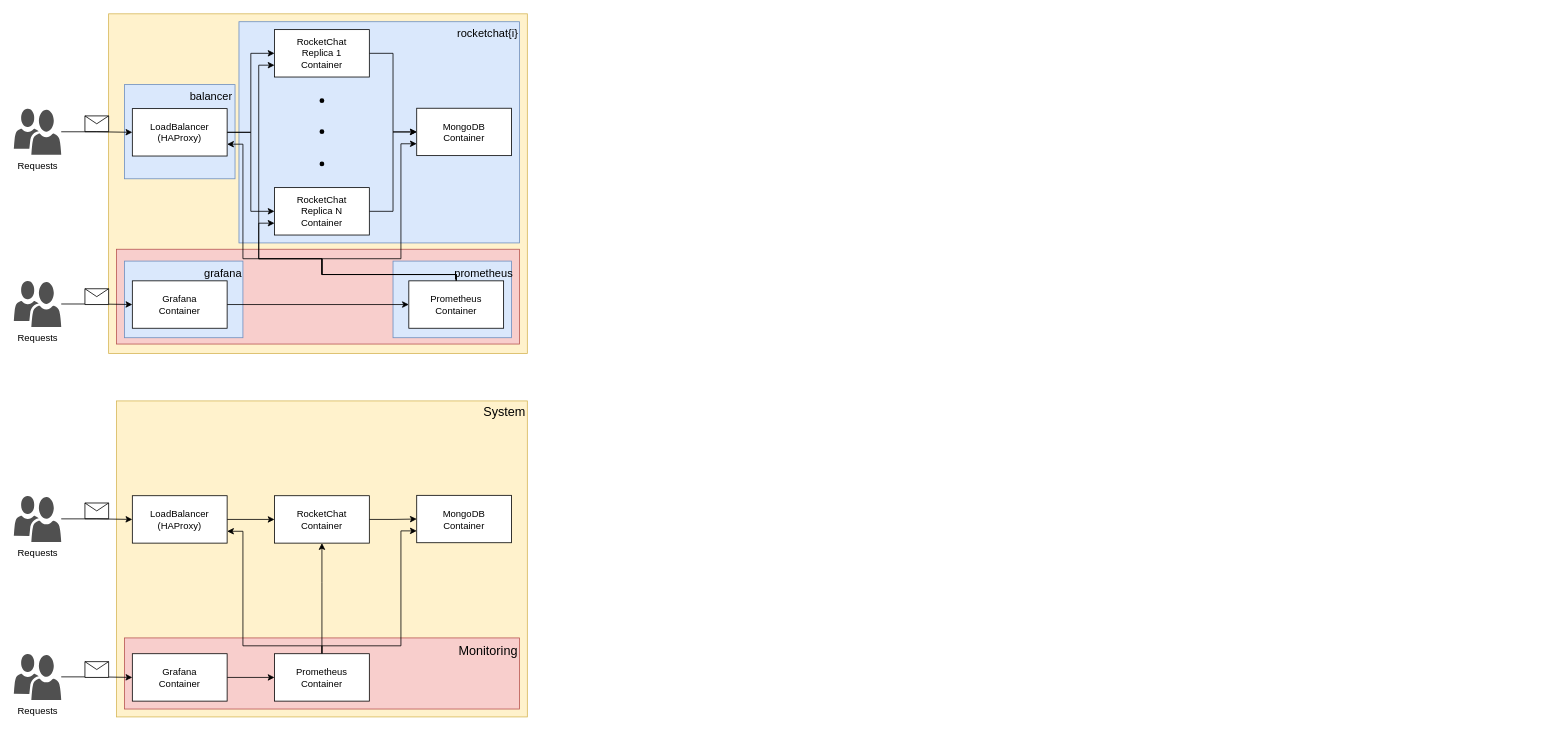
Earlier version of the draw.io diagram docs/image-builder.drawio (BFreitas16/WebApp-cloud). Source tidied: cells renumbered, new cells numbered last; positions are measured from the earlier drawing's top-left corner, leaving out a move shared by most shapes. Both pictures are drawn from the tidied source at 79%, with x=0, y=0 at pixel (13, 13). Pictures stored in the file or linked from it are replaced by grey dashed boxes.
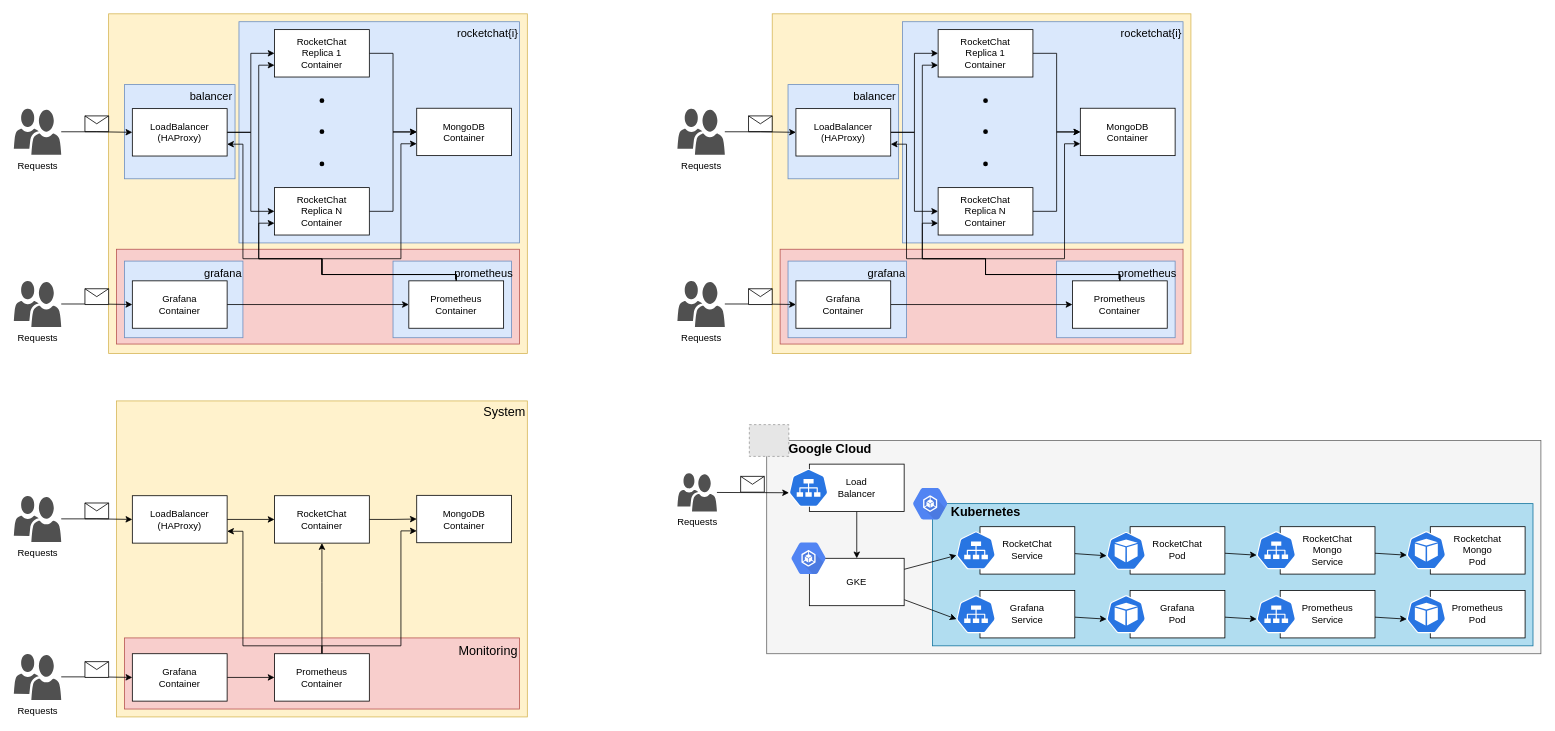
The same diagram, later.

Diff of the diagram source:
```diff
@@
+    <mxCell id="55" style="rounded=0;whiteSpace=wrap;html=1;fontSize=16;fillColor=#f5f5f5;strokeColor=#666666;fontColor=#333333;" parent="1" vertex="1">
+      <mxGeometry x="953" y="540" width="980" height="270" as="geometry" />
+    </mxCell>
+    <mxCell id="56" style="rounded=0;whiteSpace=wrap;html=1;fillColor=#b1ddf0;strokeColor=#10739e;" parent="1" vertex="1">
+      <mxGeometry x="1163" y="620" width="760" height="180" as="geometry" />
+    </mxCell>
@@
+    <mxCell id="57" value="&lt;div&gt;&lt;br&gt;&lt;/div&gt;" style="rounded=0;whiteSpace=wrap;html=1;fillColor=#fff2cc;strokeColor=#d6b656;align=left;" parent="1" vertex="1">
+      <mxGeometry x="960" width="530" height="430" as="geometry" />
+    </mxCell>
+    <mxCell id="58" style="rounded=0;whiteSpace=wrap;html=1;fillColor=#dae8fc;strokeColor=#6c8ebf;" parent="1" vertex="1">
+      <mxGeometry x="980" y="89.6" width="140" height="119.2" as="geometry" />
+    </mxCell>
+    <mxCell id="59" value="&lt;div align=&quot;right&quot;&gt;&lt;br&gt;&lt;/div&gt;" style="rounded=0;whiteSpace=wrap;html=1;fillColor=#f8cecc;strokeColor=#b85450;align=right;" parent="1" vertex="1">
+      <mxGeometry x="970" y="298" width="510" height="120" as="geometry" />
+    </mxCell>
+    <mxCell id="60" style="rounded=0;whiteSpace=wrap;html=1;fillColor=#dae8fc;strokeColor=#6c8ebf;" parent="1" vertex="1">
+      <mxGeometry x="980" y="313" width="150" height="97" as="geometry" />
+    </mxCell>
+    <mxCell id="61" style="rounded=0;whiteSpace=wrap;html=1;fillColor=#dae8fc;strokeColor=#6c8ebf;" parent="1" vertex="1">
+      <mxGeometry x="1320" y="313" width="150" height="97" as="geometry" />
+    </mxCell>
+    <mxCell id="62" value="&lt;div style=&quot;text-align: right&quot;&gt;&lt;br&gt;&lt;/div&gt;&lt;div style=&quot;text-align: justify&quot;&gt;&lt;/div&gt;" style="rounded=0;whiteSpace=wrap;html=1;fillColor=#dae8fc;strokeColor=#6c8ebf;" parent="1" vertex="1">
+      <mxGeometry x="1125" y="10" width="355" height="280" as="geometry" />
+    </mxCell>
+    <mxCell id="63" style="edgeStyle=orthogonalEdgeStyle;rounded=0;jettySize=auto;html=1;entryX=0;entryY=0.5;entryDx=0;entryDy=0;" parent="1" edge="1" source="65" target="67">
+      <mxGeometry relative="1" as="geometry" />
+    </mxCell>
+    <mxCell id="64" style="edgeStyle=orthogonalEdgeStyle;rounded=0;jettySize=auto;html=1;entryX=0;entryY=0.5;entryDx=0;entryDy=0;" parent="1" edge="1" source="65" target="69">
+      <mxGeometry relative="1" as="geometry" />
+    </mxCell>
+    <mxCell id="65" value="&lt;div&gt;LoadBalancer&lt;/div&gt;&lt;div&gt;(HAProxy)&lt;/div&gt;" style="rounded=0;whiteSpace=wrap;html=1;" parent="1" vertex="1">
+      <mxGeometry x="990" y="120" width="120" height="60" as="geometry" />
+    </mxCell>
+    <mxCell id="66" style="edgeStyle=orthogonalEdgeStyle;rounded=0;jettySize=auto;html=1;entryX=0;entryY=0.5;entryDx=0;entryDy=0;" parent="1" edge="1" source="67" target="76">
+      <mxGeometry relative="1" as="geometry" />
+    </mxCell>
+    <mxCell id="67" value="&lt;div&gt;RocketChat&lt;/div&gt;&lt;div&gt;Replica 1&lt;br&gt;&lt;/div&gt;&lt;div&gt;Container&lt;br&gt;&lt;/div&gt;" style="rounded=0;whiteSpace=wrap;html=1;" parent="1" vertex="1">
+      <mxGeometry x="1170" y="20" width="120" height="60" as="geometry" />
+    </mxCell>
+    <mxCell id="68" style="edgeStyle=orthogonalEdgeStyle;rounded=0;jettySize=auto;html=1;entryX=0;entryY=0.5;entryDx=0;entryDy=0;" parent="1" edge="1" source="69" target="76">
+      <mxGeometry relative="1" as="geometry" />
+    </mxCell>
+    <mxCell id="69" value="&lt;div&gt;RocketChat&lt;/div&gt;&lt;div&gt;Replica N&lt;br&gt;&lt;/div&gt;&lt;div&gt;Container&lt;br&gt;&lt;/div&gt;" style="rounded=0;whiteSpace=wrap;html=1;" parent="1" vertex="1">
+      <mxGeometry x="1170" y="220" width="120" height="60" as="geometry" />
+    </mxCell>
+    <mxCell id="70" style="shape=message;html=1;whiteSpace=wrap;html=1;" parent="1" vertex="1">
+      <mxGeometry x="930" y="129.2" width="30" height="20" as="geometry" />
+    </mxCell>
+    <mxCell id="71" style="edgeStyle=orthogonalEdgeStyle;rounded=0;jettySize=auto;html=1;" parent="1" edge="1" source="72" target="65">
+      <mxGeometry relative="1" as="geometry" />
+    </mxCell>
+    <mxCell id="72" value="Requests" style="sketch=0;shadow=0;dashed=0;html=1;strokeColor=none;labelPosition=center;verticalLabelPosition=bottom;verticalAlign=top;align=center;fillColor=#505050;shape=mxgraph.mscae.intune.user_group;" parent="1" vertex="1">
+      <mxGeometry x="840" y="120" width="60" height="58.5" as="geometry" />
+    </mxCell>
+    <mxCell id="73" style="shape=waypoint;sketch=0;size=6;fillColor=none;perimeter=centerPerimeter;" parent="1" vertex="1">
+      <mxGeometry x="1210" y="90" width="40" height="40" as="geometry" />
+    </mxCell>
+    <mxCell id="74" style="shape=waypoint;sketch=0;size=6;fillColor=none;perimeter=centerPerimeter;" parent="1" vertex="1">
+      <mxGeometry x="1210" y="129.2" width="40" height="40" as="geometry" />
+    </mxCell>
+    <mxCell id="75" style="shape=waypoint;sketch=0;size=6;fillColor=none;perimeter=centerPerimeter;" parent="1" vertex="1">
+      <mxGeometry x="1210" y="170" width="40" height="40" as="geometry" />
+    </mxCell>
+    <mxCell id="76" value="&lt;div&gt;MongoDB&lt;/div&gt;&lt;div&gt;Container&lt;br&gt;&lt;/div&gt;" style="rounded=0;whiteSpace=wrap;html=1;" parent="1" vertex="1">
+      <mxGeometry x="1350" y="119.5" width="120" height="60" as="geometry" />
+    </mxCell>
+    <mxCell id="77" style="edgeStyle=orthogonalEdgeStyle;rounded=0;jettySize=auto;html=1;entryX=0;entryY=0.75;entryDx=0;entryDy=0;exitX=0.5;exitY=0;exitDx=0;exitDy=0;" parent="1" edge="1" source="86" target="67">
+      <mxGeometry relative="1" as="geometry">
+        <Array as="points">
+          <mxPoint x="1400" y="330" />
+          <mxPoint x="1230" y="330" />
+          <mxPoint x="1230" y="310" />
+          <mxPoint x="1150" y="310" />
+          <mxPoint x="1150" y="65" />
+        </Array>
+      </mxGeometry>
+    </mxCell>
+    <mxCell id="78" style="edgeStyle=orthogonalEdgeStyle;rounded=0;jettySize=auto;html=1;entryX=0;entryY=0.75;entryDx=0;entryDy=0;exitX=0.5;exitY=0;exitDx=0;exitDy=0;" parent="1" edge="1" source="86" target="69">
+      <mxGeometry relative="1" as="geometry">
+        <Array as="points">
+          <mxPoint x="1400" y="330" />
+          <mxPoint x="1230" y="330" />
+          <mxPoint x="1230" y="310" />
+          <mxPoint x="1150" y="310" />
+          <mxPoint x="1150" y="265" />
+        </Array>
+      </mxGeometry>
+    </mxCell>
+    <mxCell id="79" style="edgeStyle=orthogonalEdgeStyle;rounded=0;jettySize=auto;html=1;entryX=0;entryY=0.75;entryDx=0;entryDy=0;exitX=0.5;exitY=0;exitDx=0;exitDy=0;" parent="1" edge="1" source="86" target="76">
+      <mxGeometry relative="1" as="geometry">
+        <Array as="points">
+          <mxPoint x="1400" y="330" />
+          <mxPoint x="1230" y="330" />
+          <mxPoint x="1230" y="310" />
+          <mxPoint x="1330" y="310" />
+          <mxPoint x="1330" y="165" />
+        </Array>
+      </mxGeometry>
+    </mxCell>
+    <mxCell id="80" style="edgeStyle=orthogonalEdgeStyle;rounded=0;jettySize=auto;html=1;entryX=1;entryY=0.75;entryDx=0;entryDy=0;exitX=0.5;exitY=0;exitDx=0;exitDy=0;" parent="1" edge="1" source="86" target="65">
+      <mxGeometry relative="1" as="geometry">
+        <Array as="points">
+          <mxPoint x="1400" y="330" />
+          <mxPoint x="1230" y="330" />
+          <mxPoint x="1230" y="310" />
+          <mxPoint x="1130" y="310" />
+          <mxPoint x="1130" y="165" />
+        </Array>
+      </mxGeometry>
+    </mxCell>
+    <mxCell id="81" style="edgeStyle=orthogonalEdgeStyle;rounded=0;jettySize=auto;html=1;entryX=0;entryY=0.5;entryDx=0;entryDy=0;" parent="1" edge="1" source="82" target="86">
+      <mxGeometry relative="1" as="geometry" />
+    </mxCell>
+    <mxCell id="82" value="&lt;div&gt;Grafana&lt;/div&gt;&lt;div&gt;Container&lt;br&gt;&lt;/div&gt;" style="rounded=0;whiteSpace=wrap;html=1;" parent="1" vertex="1">
+      <mxGeometry x="990" y="338" width="120" height="60" as="geometry" />
+    </mxCell>
+    <mxCell id="83" style="edgeStyle=orthogonalEdgeStyle;rounded=0;jettySize=auto;html=1;entryX=0;entryY=0.5;entryDx=0;entryDy=0;" parent="1" edge="1" source="84" target="82">
+      <mxGeometry relative="1" as="geometry" />
+    </mxCell>
+    <mxCell id="84" value="Requests" style="sketch=0;shadow=0;dashed=0;html=1;strokeColor=none;labelPosition=center;verticalLabelPosition=bottom;verticalAlign=top;align=center;fillColor=#505050;shape=mxgraph.mscae.intune.user_group;" parent="1" vertex="1">
+      <mxGeometry x="840" y="338" width="60" height="58.5" as="geometry" />
+    </mxCell>
+    <mxCell id="85" style="shape=message;html=1;whiteSpace=wrap;html=1;" parent="1" vertex="1">
+      <mxGeometry x="930" y="348" width="30" height="20" as="geometry" />
+    </mxCell>
+    <mxCell id="86" value="&lt;div&gt;Prometheus&lt;/div&gt;&lt;div&gt;Container&lt;br&gt;&lt;/div&gt;" style="rounded=0;whiteSpace=wrap;html=1;" parent="1" vertex="1">
+      <mxGeometry x="1340" y="338" width="120" height="60" as="geometry" />
+    </mxCell>
+    <mxCell id="87" value="rocketchat{i}" style="text;html=1;strokeColor=none;fillColor=none;align=center;verticalAlign=middle;whiteSpace=wrap;rounded=0;fontSize=14;" parent="1" vertex="1">
+      <mxGeometry x="1400" y="10" width="80" height="30" as="geometry" />
+    </mxCell>
+    <mxCell id="88" value="prometheus" style="text;html=1;strokeColor=none;fillColor=none;align=center;verticalAlign=middle;whiteSpace=wrap;rounded=0;fontSize=14;" parent="1" vertex="1">
+      <mxGeometry x="1400" y="313" width="70" height="30" as="geometry" />
+    </mxCell>
+    <mxCell id="89" value="grafana" style="text;html=1;strokeColor=none;fillColor=none;align=center;verticalAlign=middle;whiteSpace=wrap;rounded=0;fontSize=14;" parent="1" vertex="1">
+      <mxGeometry x="1080" y="313" width="50" height="30" as="geometry" />
+    </mxCell>
+    <mxCell id="90" value="balancer" style="text;html=1;strokeColor=none;fillColor=none;align=center;verticalAlign=middle;whiteSpace=wrap;rounded=0;fontSize=14;" parent="1" vertex="1">
+      <mxGeometry x="1060" y="89.5" width="60" height="30" as="geometry" />
+    </mxCell>
+    <mxCell id="91" style="edgeStyle=none;rounded=0;jettySize=auto;html=1;entryX=0.5;entryY=0;entryDx=0;entryDy=0;fontSize=16;" parent="1" edge="1" source="92" target="95">
+      <mxGeometry relative="1" as="geometry" />
+    </mxCell>
+    <mxCell id="92" value="&lt;div&gt;Load&lt;/div&gt;&lt;div&gt;Balancer&lt;/div&gt;" style="rounded=0;whiteSpace=wrap;html=1;" parent="1" vertex="1">
+      <mxGeometry x="1007" y="570" width="120" height="60" as="geometry" />
+    </mxCell>
+    <mxCell id="93" style="rounded=0;jettySize=auto;html=1;entryX=0.005;entryY=0.63;entryDx=0;entryDy=0;entryPerimeter=0;fontSize=16;" parent="1" edge="1" source="95" target="111">
+      <mxGeometry relative="1" as="geometry" />
+    </mxCell>
+    <mxCell id="94" style="edgeStyle=none;rounded=0;jettySize=auto;html=1;entryX=0.005;entryY=0.63;entryDx=0;entryDy=0;entryPerimeter=0;fontSize=16;" parent="1" edge="1" source="95" target="112">
+      <mxGeometry relative="1" as="geometry" />
+    </mxCell>
+    <mxCell id="95" value="GKE" style="rounded=0;whiteSpace=wrap;html=1;" parent="1" vertex="1">
+      <mxGeometry x="1007" y="689.2" width="120" height="60" as="geometry" />
+    </mxCell>
+    <mxCell id="96" style="edgeStyle=none;rounded=0;jettySize=auto;html=1;entryX=0.005;entryY=0.63;entryDx=0;entryDy=0;entryPerimeter=0;fontSize=16;" parent="1" edge="1" source="97" target="110">
+      <mxGeometry relative="1" as="geometry" />
+    </mxCell>
+    <mxCell id="97" value="&lt;div&gt;RocketChat &lt;br&gt;&lt;/div&gt;&lt;div&gt;Service&lt;/div&gt;" style="rounded=0;whiteSpace=wrap;html=1;" parent="1" vertex="1">
+      <mxGeometry x="1223" y="649.2" width="120" height="60" as="geometry" />
+    </mxCell>
+    <mxCell id="98" style="edgeStyle=none;rounded=0;jettySize=auto;html=1;entryX=0.005;entryY=0.63;entryDx=0;entryDy=0;entryPerimeter=0;fontSize=16;" parent="1" edge="1" source="99" target="115">
+      <mxGeometry relative="1" as="geometry" />
+    </mxCell>
+    <mxCell id="99" value="&lt;div&gt;Grafana&lt;/div&gt;&lt;div&gt;Service&lt;/div&gt;" style="rounded=0;whiteSpace=wrap;html=1;" parent="1" vertex="1">
+      <mxGeometry x="1223" y="730" width="120" height="60" as="geometry" />
+    </mxCell>
+    <mxCell id="100" style="edgeStyle=none;rounded=0;jettySize=auto;html=1;entryX=0.005;entryY=0.63;entryDx=0;entryDy=0;entryPerimeter=0;fontSize=16;" parent="1" edge="1" source="101" target="117">
+      <mxGeometry relative="1" as="geometry" />
+    </mxCell>
+    <mxCell id="101" value="&lt;div&gt;Prometheus&lt;/div&gt;&lt;div&gt;Service&lt;/div&gt;" style="rounded=0;whiteSpace=wrap;html=1;" parent="1" vertex="1">
+      <mxGeometry x="1603" y="730" width="120" height="60" as="geometry" />
+    </mxCell>
+    <mxCell id="102" style="edgeStyle=none;rounded=0;jettySize=auto;html=1;entryX=0.005;entryY=0.63;entryDx=0;entryDy=0;entryPerimeter=0;fontSize=16;" parent="1" edge="1" source="103" target="113">
+      <mxGeometry relative="1" as="geometry" />
+    </mxCell>
+    <mxCell id="103" value="&lt;div&gt;RocketChat&lt;/div&gt;&lt;div&gt;Pod&lt;/div&gt;" style="rounded=0;whiteSpace=wrap;html=1;" parent="1" vertex="1">
+      <mxGeometry x="1413" y="649.2" width="120" height="60" as="geometry" />
+    </mxCell>
+    <mxCell id="104" style="edgeStyle=none;rounded=0;jettySize=auto;html=1;entryX=0.005;entryY=0.63;entryDx=0;entryDy=0;entryPerimeter=0;fontSize=16;" parent="1" edge="1" source="105" target="114">
+      <mxGeometry relative="1" as="geometry" />
+    </mxCell>
+    <mxCell id="105" value="&lt;div&gt;Grafana&lt;/div&gt;&lt;div&gt;Pod&lt;/div&gt;" style="rounded=0;whiteSpace=wrap;html=1;" parent="1" vertex="1">
+      <mxGeometry x="1413" y="730" width="120" height="60" as="geometry" />
+    </mxCell>
+    <mxCell id="106" value="&lt;div&gt;Prometheus&lt;/div&gt;&lt;div&gt;Pod&lt;/div&gt;" style="rounded=0;whiteSpace=wrap;html=1;" parent="1" vertex="1">
+      <mxGeometry x="1793" y="730" width="120" height="60" as="geometry" />
+    </mxCell>
+    <mxCell id="107" style="edgeStyle=none;rounded=0;jettySize=auto;html=1;entryX=0.005;entryY=0.63;entryDx=0;entryDy=0;entryPerimeter=0;fontSize=16;" parent="1" edge="1" source="108" target="116">
+      <mxGeometry relative="1" as="geometry" />
+    </mxCell>
+    <mxCell id="108" value="&lt;div&gt;RocketChat&lt;/div&gt;&lt;div&gt;Mongo&lt;/div&gt;&lt;div&gt;Service&lt;/div&gt;" style="rounded=0;whiteSpace=wrap;html=1;" parent="1" vertex="1">
+      <mxGeometry x="1603" y="649.2" width="120" height="60" as="geometry" />
+    </mxCell>
+    <mxCell id="109" value="&lt;div&gt;Rocketchat&lt;/div&gt;&lt;div&gt;Mongo&lt;/div&gt;&lt;div&gt;Pod&lt;/div&gt;" style="rounded=0;whiteSpace=wrap;html=1;" parent="1" vertex="1">
+      <mxGeometry x="1793" y="649.2" width="120" height="60" as="geometry" />
+    </mxCell>
+    <mxCell id="110" style="sketch=0;html=1;dashed=0;whitespace=wrap;fillColor=#2875E2;strokeColor=#ffffff;points=[[0.005,0.63,0],[0.1,0.2,0],[0.9,0.2,0],[0.5,0,0],[0.995,0.63,0],[0.72,0.99,0],[0.5,1,0],[0.28,0.99,0]];shape=mxgraph.kubernetes.icon;prIcon=pod;" parent="1" vertex="1">
+      <mxGeometry x="1383" y="655.8" width="50" height="48" as="geometry" />
+    </mxCell>
+    <mxCell id="111" style="sketch=0;html=1;dashed=0;whitespace=wrap;fillColor=#2875E2;strokeColor=#ffffff;points=[[0.005,0.63,0],[0.1,0.2,0],[0.9,0.2,0],[0.5,0,0],[0.995,0.63,0],[0.72,0.99,0],[0.5,1,0],[0.28,0.99,0]];shape=mxgraph.kubernetes.icon;prIcon=svc;" parent="1" vertex="1">
+      <mxGeometry x="1193" y="655.2" width="50" height="48" as="geometry" />
+    </mxCell>
+    <mxCell id="112" style="sketch=0;html=1;dashed=0;whitespace=wrap;fillColor=#2875E2;strokeColor=#ffffff;points=[[0.005,0.63,0],[0.1,0.2,0],[0.9,0.2,0],[0.5,0,0],[0.995,0.63,0],[0.72,0.99,0],[0.5,1,0],[0.28,0.99,0]];shape=mxgraph.kubernetes.icon;prIcon=svc;" parent="1" vertex="1">
+      <mxGeometry x="1193" y="736" width="50" height="48" as="geometry" />
+    </mxCell>
+    <mxCell id="113" style="sketch=0;html=1;dashed=0;whitespace=wrap;fillColor=#2875E2;strokeColor=#ffffff;points=[[0.005,0.63,0],[0.1,0.2,0],[0.9,0.2,0],[0.5,0,0],[0.995,0.63,0],[0.72,0.99,0],[0.5,1,0],[0.28,0.99,0]];shape=mxgraph.kubernetes.icon;prIcon=svc;" parent="1" vertex="1">
+      <mxGeometry x="1573" y="655" width="50" height="48" as="geometry" />
+    </mxCell>
+    <mxCell id="114" style="sketch=0;html=1;dashed=0;whitespace=wrap;fillColor=#2875E2;strokeColor=#ffffff;points=[[0.005,0.63,0],[0.1,0.2,0],[0.9,0.2,0],[0.5,0,0],[0.995,0.63,0],[0.72,0.99,0],[0.5,1,0],[0.28,0.99,0]];shape=mxgraph.kubernetes.icon;prIcon=svc;" parent="1" vertex="1">
+      <mxGeometry x="1573" y="736" width="50" height="48" as="geometry" />
+    </mxCell>
+    <mxCell id="115" style="sketch=0;html=1;dashed=0;whitespace=wrap;fillColor=#2875E2;strokeColor=#ffffff;points=[[0.005,0.63,0],[0.1,0.2,0],[0.9,0.2,0],[0.5,0,0],[0.995,0.63,0],[0.72,0.99,0],[0.5,1,0],[0.28,0.99,0]];shape=mxgraph.kubernetes.icon;prIcon=pod;" parent="1" vertex="1">
+      <mxGeometry x="1383" y="736" width="50" height="48" as="geometry" />
+    </mxCell>
+    <mxCell id="116" style="sketch=0;html=1;dashed=0;whitespace=wrap;fillColor=#2875E2;strokeColor=#ffffff;points=[[0.005,0.63,0],[0.1,0.2,0],[0.9,0.2,0],[0.5,0,0],[0.995,0.63,0],[0.72,0.99,0],[0.5,1,0],[0.28,0.99,0]];shape=mxgraph.kubernetes.icon;prIcon=pod;" parent="1" vertex="1">
+      <mxGeometry x="1763" y="655" width="50" height="48" as="geometry" />
+    </mxCell>
+    <mxCell id="117" style="sketch=0;html=1;dashed=0;whitespace=wrap;fillColor=#2875E2;strokeColor=#ffffff;points=[[0.005,0.63,0],[0.1,0.2,0],[0.9,0.2,0],[0.5,0,0],[0.995,0.63,0],[0.72,0.99,0],[0.5,1,0],[0.28,0.99,0]];shape=mxgraph.kubernetes.icon;prIcon=pod;" parent="1" vertex="1">
+      <mxGeometry x="1763" y="736" width="50" height="48" as="geometry" />
+    </mxCell>
+    <mxCell id="118" style="sketch=0;html=1;fillColor=#5184F3;strokeColor=none;verticalAlign=top;labelPosition=center;verticalLabelPosition=bottom;align=center;spacingTop=-6;fontSize=11;fontStyle=1;fontColor=#999999;shape=mxgraph.gcp2.hexIcon;prIcon=container_engine;" parent="1" vertex="1">
+      <mxGeometry x="1127" y="590.8" width="66" height="58.5" as="geometry" />
+    </mxCell>
+    <mxCell id="119" value="&lt;font style=&quot;font-size: 16px&quot;&gt;&lt;b&gt;Kubernetes&lt;/b&gt;&lt;/font&gt;" style="text;html=1;align=center;verticalAlign=middle;strokeColor=none;fillColor=none;" parent="1" vertex="1">
+      <mxGeometry x="1180" y="620" width="100" height="20" as="geometry" />
+    </mxCell>
+    <mxCell id="120" style="sketch=0;html=1;fillColor=#5184F3;strokeColor=none;verticalAlign=top;labelPosition=center;verticalLabelPosition=bottom;align=center;spacingTop=-6;fontSize=11;fontStyle=1;fontColor=#999999;shape=mxgraph.gcp2.hexIcon;prIcon=container_engine;" parent="1" vertex="1">
+      <mxGeometry x="973" y="660" width="66" height="58.5" as="geometry" />
+    </mxCell>
+    <mxCell id="121" style="sketch=0;html=1;dashed=0;whitespace=wrap;fillColor=#2875E2;strokeColor=#ffffff;points=[[0.005,0.63,0],[0.1,0.2,0],[0.9,0.2,0],[0.5,0,0],[0.995,0.63,0],[0.72,0.99,0],[0.5,1,0],[0.28,0.99,0]];shape=mxgraph.kubernetes.icon;prIcon=svc;" parent="1" vertex="1">
+      <mxGeometry x="981" y="576" width="50" height="48" as="geometry" />
+    </mxCell>
+    <mxCell id="122" style="fillColor=#E6E6E6;strokeColor=#999999;dashed=1;verticalLabelPosition=bottom;labelBackgroundColor=#ffffff;verticalAlign=top;" parent="1" vertex="1">
+      <mxGeometry x="931" y="520" width="50" height="40.2" as="geometry" />
+    </mxCell>
+    <mxCell id="123" value="&lt;font style=&quot;font-size: 16px&quot;&gt;&lt;b&gt;Google Cloud&lt;br&gt;&lt;/b&gt;&lt;/font&gt;" style="text;html=1;align=center;verticalAlign=middle;strokeColor=none;fillColor=none;" parent="1" vertex="1">
+      <mxGeometry x="973" y="540" width="120" height="20" as="geometry" />
+    </mxCell>
+    <mxCell id="124" style="edgeStyle=none;rounded=0;jettySize=auto;html=1;entryX=0.005;entryY=0.63;entryDx=0;entryDy=0;entryPerimeter=0;fontSize=16;" parent="1" edge="1" source="125" target="121">
+      <mxGeometry relative="1" as="geometry" />
+    </mxCell>
+    <mxCell id="125" value="Requests" style="sketch=0;shadow=0;dashed=0;html=1;strokeColor=none;labelPosition=center;verticalLabelPosition=bottom;verticalAlign=top;align=center;fillColor=#505050;shape=mxgraph.mscae.intune.user_group;" parent="1" vertex="1">
+      <mxGeometry x="840" y="581.5" width="50" height="48.5" as="geometry" />
+    </mxCell>
+    <mxCell id="126" style="shape=message;html=1;whiteSpace=wrap;html=1;" parent="1" vertex="1">
+      <mxGeometry x="920" y="585.5" width="30" height="20" as="geometry" />
+    </mxCell>
```
